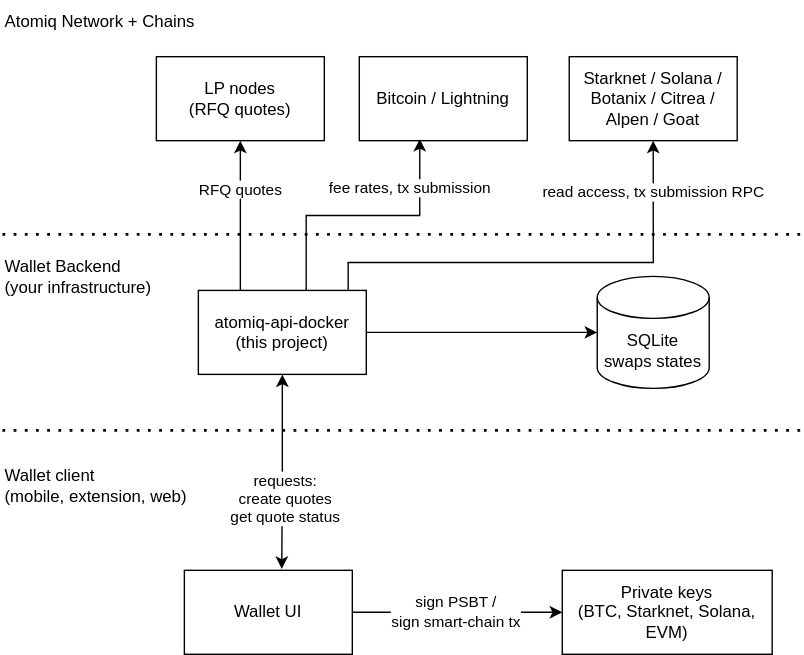
atomiqlabs/atomiq-api-docker keeps this draw.io diagram as docs/docker-swap-backend.svg. Above is the earlier version. Source tidied: cells renumbered, new cells last; positions are measured from the earlier drawing's top-left corner, leaving out a move shared by most shapes. The source it was exported from:
```xml
<mxGraphModel>
  <root>
    <mxCell id="0" />
    <mxCell id="1" parent="0" />
    <mxCell id="2" style="edgeStyle=orthogonalEdgeStyle;rounded=0;jettySize=auto;html=1;entryX=0;entryY=0.5;entryDx=0;entryDy=0;" parent="1" edge="1" source="4" target="5">
      <mxGeometry relative="1" as="geometry" />
    </mxCell>
    <mxCell id="3" value="sign PSBT /&lt;br&gt;sign smart-chain tx" style="edgeLabel;html=1;align=center;verticalAlign=middle;" parent="2" vertex="1">
      <mxGeometry x="-0.24" y="1" relative="1" as="geometry">
        <mxPoint x="17" y="1" as="offset" />
      </mxGeometry>
    </mxCell>
    <mxCell id="4" value="Wallet UI" style="rounded=0;whiteSpace=wrap;html=1;" parent="1" vertex="1">
      <mxGeometry x="130" y="407" width="120" height="60" as="geometry" />
    </mxCell>
    <mxCell id="5" value="Private keys&lt;br&gt;(BTC, Starknet, Solana, EVM)" style="rounded=0;whiteSpace=wrap;html=1;" parent="1" vertex="1">
      <mxGeometry x="400" y="407" width="150" height="60" as="geometry" />
    </mxCell>
    <mxCell id="6" style="edgeStyle=orthogonalEdgeStyle;rounded=0;jettySize=auto;html=1;entryX=0;entryY=0.5;entryDx=0;entryDy=0;entryPerimeter=0;" parent="1" edge="1" source="15" target="16">
      <mxGeometry relative="1" as="geometry" />
    </mxCell>
    <mxCell id="7" style="edgeStyle=orthogonalEdgeStyle;rounded=0;jettySize=auto;html=1;entryX=0.58;entryY=-0.016;entryDx=0;entryDy=0;startArrow=classic;startFill=1;entryPerimeter=0;" parent="1" edge="1" source="15" target="4">
      <mxGeometry relative="1" as="geometry" />
    </mxCell>
    <mxCell id="8" value="requests:&lt;br&gt;create quotes&lt;br&gt;get quote status" style="edgeLabel;html=1;align=center;verticalAlign=middle;" parent="7" vertex="1">
      <mxGeometry x="0.28" y="1" relative="1" as="geometry">
        <mxPoint x="1" as="offset" />
      </mxGeometry>
    </mxCell>
    <mxCell id="9" style="edgeStyle=orthogonalEdgeStyle;rounded=0;jettySize=auto;html=1;startArrow=none;startFill=0;exitX=0.25;exitY=0;exitDx=0;exitDy=0;entryX=0.5;entryY=1;entryDx=0;entryDy=0;" parent="1" edge="1" source="15" target="17">
      <mxGeometry relative="1" as="geometry" />
    </mxCell>
    <mxCell id="10" value="RFQ quotes" style="edgeLabel;html=1;align=center;verticalAlign=middle;" parent="9" vertex="1">
      <mxGeometry x="-0.18" y="2" relative="1" as="geometry">
        <mxPoint x="2" y="-29" as="offset" />
      </mxGeometry>
    </mxCell>
    <mxCell id="11" style="edgeStyle=orthogonalEdgeStyle;rounded=0;jettySize=auto;html=1;entryX=0.36;entryY=0.979;entryDx=0;entryDy=0;startArrow=none;startFill=0;exitX=0.642;exitY=0.037;exitDx=0;exitDy=0;exitPerimeter=0;entryPerimeter=0;" parent="1" edge="1" source="15" target="18">
      <mxGeometry relative="1" as="geometry" />
    </mxCell>
    <mxCell id="12" value="fee rates, tx submission" style="edgeLabel;html=1;align=center;verticalAlign=middle;" parent="11" vertex="1">
      <mxGeometry x="0.05" relative="1" as="geometry">
        <mxPoint x="28" y="-20" as="offset" />
      </mxGeometry>
    </mxCell>
    <mxCell id="13" style="edgeStyle=orthogonalEdgeStyle;rounded=0;jettySize=auto;html=1;exitX=0.892;exitY=-0.008;exitDx=0;exitDy=0;entryX=0.5;entryY=1;entryDx=0;entryDy=0;startArrow=none;startFill=0;exitPerimeter=0;" parent="1" edge="1" source="15" target="19">
      <mxGeometry relative="1" as="geometry">
        <Array as="points">
          <mxPoint x="247" y="187" />
          <mxPoint x="465" y="187" />
        </Array>
      </mxGeometry>
    </mxCell>
    <mxCell id="14" value="read access, tx submission RPC" style="edgeLabel;html=1;align=center;verticalAlign=middle;" parent="13" vertex="1">
      <mxGeometry x="0.17" y="3" relative="1" as="geometry">
        <mxPoint x="47" y="-47" as="offset" />
      </mxGeometry>
    </mxCell>
    <mxCell id="15" value="&lt;div&gt;atomiq-api-docker&lt;/div&gt;&lt;div&gt;(this project)&lt;/div&gt;" style="rounded=0;whiteSpace=wrap;html=1;" parent="1" vertex="1">
      <mxGeometry x="140" y="207" width="120" height="60" as="geometry" />
    </mxCell>
    <mxCell id="16" value="SQLite&lt;br&gt;swaps states" style="shape=cylinder3;whiteSpace=wrap;html=1;boundedLbl=1;backgroundOutline=1;size=15;" parent="1" vertex="1">
      <mxGeometry x="425" y="197" width="80" height="80" as="geometry" />
    </mxCell>
    <mxCell id="17" value="LP nodes&lt;br&gt;(RFQ quotes)" style="rounded=0;whiteSpace=wrap;html=1;" parent="1" vertex="1">
      <mxGeometry x="110" y="40" width="120" height="60" as="geometry" />
    </mxCell>
    <mxCell id="18" value="Bitcoin / Lightning" style="rounded=0;whiteSpace=wrap;html=1;" parent="1" vertex="1">
      <mxGeometry x="255" y="40" width="120" height="60" as="geometry" />
    </mxCell>
    <mxCell id="19" value="Starknet / Solana / Botanix / Citrea / Alpen / Goat" style="rounded=0;whiteSpace=wrap;html=1;" parent="1" vertex="1">
      <mxGeometry x="405" y="40" width="120" height="60" as="geometry" />
    </mxCell>
    <mxCell id="20" style="endArrow=none;dashed=1;html=1;dashPattern=1 3;strokeWidth=2;rounded=0;" parent="1" edge="1">
      <mxGeometry relative="1" as="geometry">
        <mxPoint y="307" as="sourcePoint" />
        <mxPoint x="570" y="307" as="targetPoint" />
      </mxGeometry>
    </mxCell>
    <mxCell id="21" style="endArrow=none;dashed=1;html=1;dashPattern=1 3;strokeWidth=2;rounded=0;" parent="1" edge="1">
      <mxGeometry relative="1" as="geometry">
        <mxPoint y="167" as="sourcePoint" />
        <mxPoint x="570" y="167" as="targetPoint" />
      </mxGeometry>
    </mxCell>
    <mxCell id="22" value="&lt;div&gt;Wallet Backend&lt;/div&gt;&lt;div&gt;(your infrastructure)&lt;/div&gt;" style="text;html=1;align=left;verticalAlign=middle;strokeColor=none;fillColor=none;" parent="1" vertex="1">
      <mxGeometry y="177" width="130" height="40" as="geometry" />
    </mxCell>
    <mxCell id="23" value="Wallet client&lt;br&gt;(mobile, extension, web)" style="text;html=1;align=left;verticalAlign=middle;strokeColor=none;fillColor=none;" parent="1" vertex="1">
      <mxGeometry y="327" width="150" height="40" as="geometry" />
    </mxCell>
    <mxCell id="24" value="Atomiq Network + Chains" style="text;html=1;align=left;verticalAlign=middle;strokeColor=none;fillColor=none;" parent="1" vertex="1">
      <mxGeometry width="160" height="30" as="geometry" />
    </mxCell>
  </root>
</mxGraphModel>
```
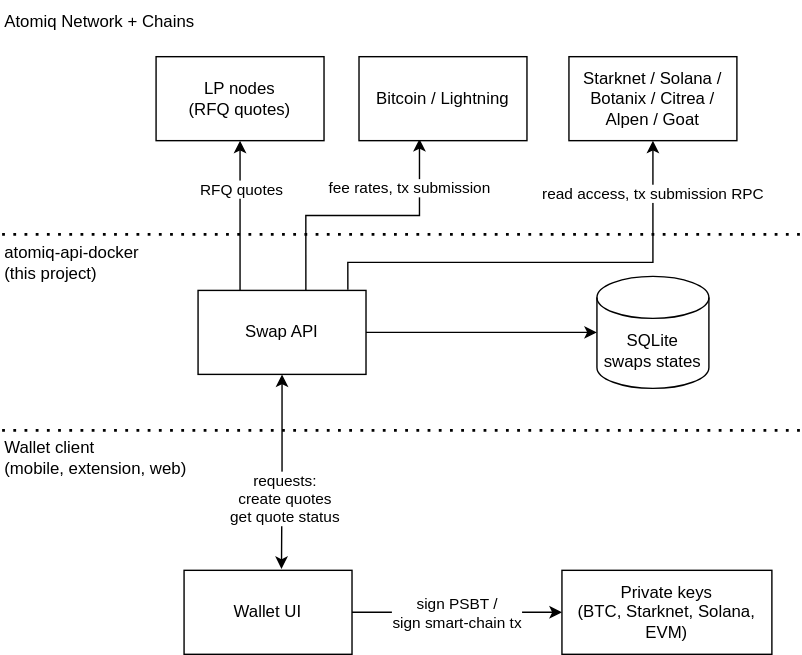
The same diagram one commit later.

Commit message:
Update readme and system diagram

Change to the diagram source:
```diff
@@ -56,7 +56,7 @@
         <mxPoint x="47" y="-47" as="offset" />
       </mxGeometry>
     </mxCell>
-    <mxCell id="15" value="&lt;div&gt;atomiq-api-docker&lt;/div&gt;&lt;div&gt;(this project)&lt;/div&gt;" style="rounded=0;whiteSpace=wrap;html=1;" parent="1" vertex="1">
+    <mxCell id="15" value="&lt;div&gt;Swap API&lt;/div&gt;" style="rounded=0;whiteSpace=wrap;html=1;" parent="1" vertex="1">
       <mxGeometry x="140" y="207" width="120" height="60" as="geometry" />
     </mxCell>
     <mxCell id="16" value="SQLite&lt;br&gt;swaps states" style="shape=cylinder3;whiteSpace=wrap;html=1;boundedLbl=1;backgroundOutline=1;size=15;" parent="1" vertex="1">
@@ -83,11 +83,11 @@
         <mxPoint x="570" y="167" as="targetPoint" />
       </mxGeometry>
     </mxCell>
-    <mxCell id="22" value="&lt;div&gt;Wallet Backend&lt;/div&gt;&lt;div&gt;(your infrastructure)&lt;/div&gt;" style="text;html=1;align=left;verticalAlign=middle;strokeColor=none;fillColor=none;" parent="1" vertex="1">
-      <mxGeometry y="177" width="130" height="40" as="geometry" />
+    <mxCell id="22" value="atomiq-api-docker&#10;(this project)" style="text;html=1;align=left;verticalAlign=middle;strokeColor=none;fillColor=none;" parent="1" vertex="1">
+      <mxGeometry y="167" width="120" height="40" as="geometry" />
     </mxCell>
     <mxCell id="23" value="Wallet client&lt;br&gt;(mobile, extension, web)" style="text;html=1;align=left;verticalAlign=middle;strokeColor=none;fillColor=none;" parent="1" vertex="1">
-      <mxGeometry y="327" width="150" height="40" as="geometry" />
+      <mxGeometry y="307" width="150" height="40" as="geometry" />
     </mxCell>
     <mxCell id="24" value="Atomiq Network + Chains" style="text;html=1;align=left;verticalAlign=middle;strokeColor=none;fillColor=none;" parent="1" vertex="1">
       <mxGeometry width="160" height="30" as="geometry" />
```
